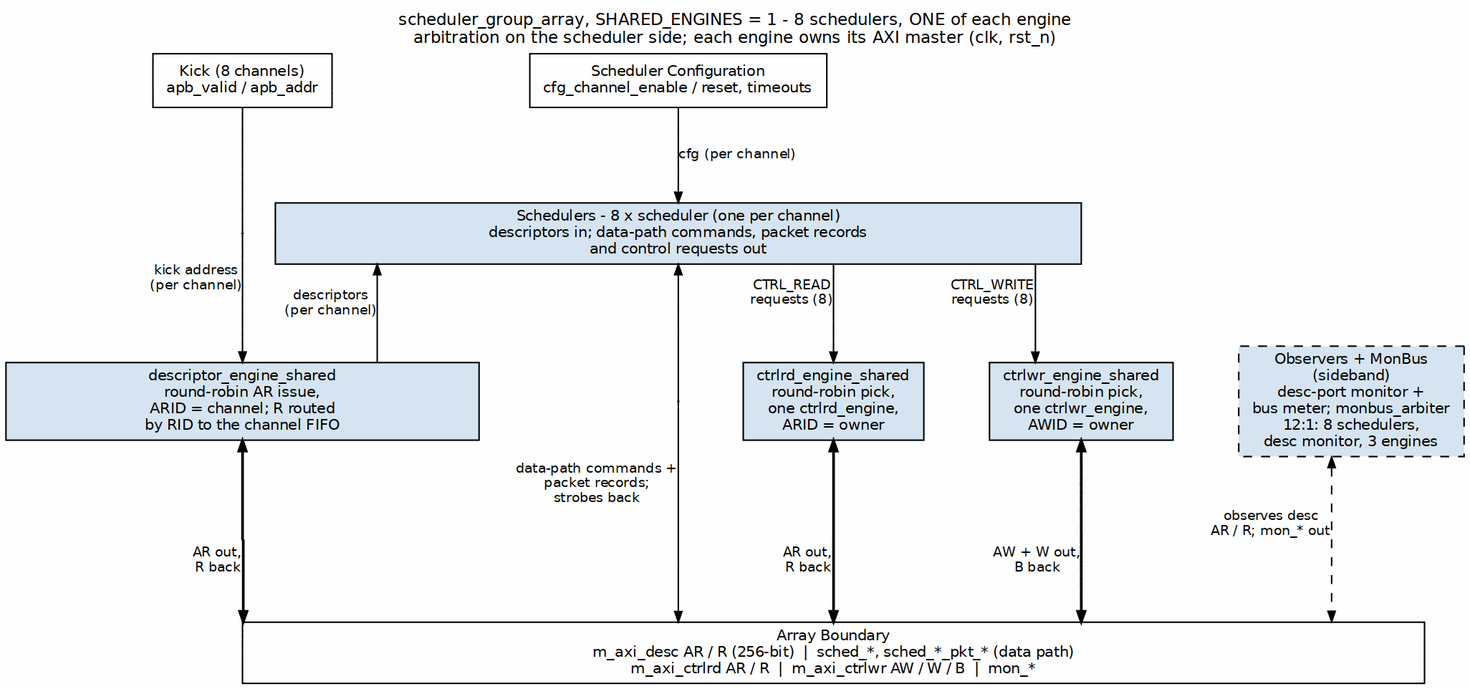
Above: projects/components/dma-ip/rapids/docs/rapids_mas/assets/graphviz/08_scheduler_group_array.png in sean-galloway/RTLDesignSherpa (Graphviz), before the change. Its source is kept beside it as projects/components/dma-ip/rapids/docs/rapids_mas/assets/graphviz/08_scheduler_group_array.dot.
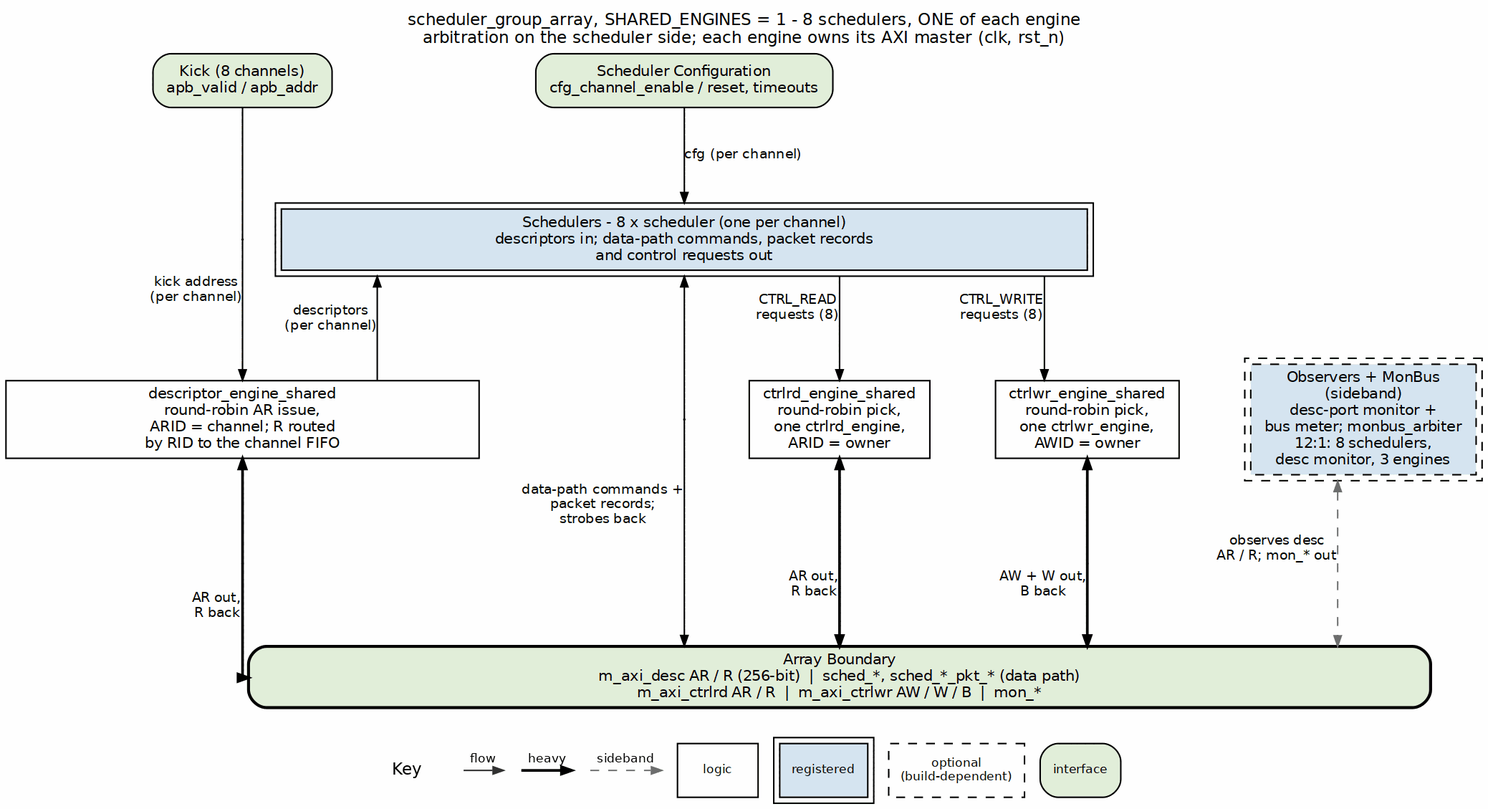
After the change.

What changed in the source:
```diff
@@ -4,21 +4,21 @@
            label="scheduler_group_array, SHARED_ENGINES = 1 - 8 schedulers, ONE of each engine\narbitration on the scheduler side; each engine owns its AXI master (clk, rst_n)",
            labelloc=t, labeljust=c];
     node  [fontname="Helvetica", fontsize=10, shape=box, style=filled,
-           fillcolor="#D6E4F0", color="black", margin="0.12,0.06"];
+           fillcolor="white", color="black", margin="0.12,0.06"];
     edge  [fontname="Helvetica", fontsize=9, color="black", arrowsize=0.7];
 
-    kick  [label="Kick (8 channels)\napb_valid / apb_addr", fillcolor="white", group=L];
-    cfgin [label="Scheduler Configuration\ncfg_channel_enable / reset, timeouts", fillcolor="white", group=C];
+    kick  [label="Kick (8 channels)\napb_valid / apb_addr", fillcolor="white", group=L, style="rounded,filled", fillcolor="#E2EFDA"];
+    cfgin [label="Scheduler Configuration\ncfg_channel_enable / reset, timeouts", fillcolor="white", group=C, style="rounded,filled", fillcolor="#E2EFDA"];
 
-    sch   [label="Schedulers - 8 x scheduler (one per channel)\ndescriptors in; data-path commands, packet records\nand control requests out", width=7.5, group=C];
+    sch   [label="Schedulers - 8 x scheduler (one per channel)\ndescriptors in; data-path commands, packet records\nand control requests out", width=7.5, group=C, peripheries=2, style="filled", fillcolor="#D6E4F0"];
 
-    deng  [label="descriptor_engine_shared\nround-robin AR issue,\nARID = channel; R routed\nby RID to the channel FIFO", width=4.4, group=L];
-    crd   [label="ctrlrd_engine_shared\nround-robin pick,\none ctrlrd_engine,\nARID = owner", group=G1];
-    cwr   [label="ctrlwr_engine_shared\nround-robin pick,\none ctrlwr_engine,\nAWID = owner", group=R];
-    mon   [label="Observers + MonBus\n(sideband)\ndesc-port monitor +\nbus meter; monbus_arbiter\n12:1: 8 schedulers,\ndesc monitor, 3 engines", style="filled,dashed", group=M];
+    deng  [label="descriptor_engine_shared\nround-robin AR issue,\nARID = channel; R routed\nby RID to the channel FIFO", width=4.4, group=L, style="filled", fillcolor="white"];
+    crd   [label="ctrlrd_engine_shared\nround-robin pick,\none ctrlrd_engine,\nARID = owner", group=G1, style="filled", fillcolor="white"];
+    cwr   [label="ctrlwr_engine_shared\nround-robin pick,\none ctrlwr_engine,\nAWID = owner", group=R, style="filled", fillcolor="white"];
+    mon   [label="Observers + MonBus\n(sideband)\ndesc-port monitor +\nbus meter; monbus_arbiter\n12:1: 8 schedulers,\ndesc monitor, 3 engines", style="filled,dashed", group=M, peripheries=2, style="filled,dashed", fillcolor="#D6E4F0"];
 
     bar [label="Array Boundary\nm_axi_desc AR / R (256-bit)  |  sched_*, sched_*_pkt_* (data path)\nm_axi_ctrlrd AR / R  |  m_axi_ctrlwr AW / W / B  |  mon_*",
-         fillcolor="white", width=11.0];
+         fillcolor="white", width=11.0, style="rounded,filled,bold", fillcolor="#E2EFDA"];
 
     p_k [shape=point, width=0.01, group=L];
     kick -> p_k [arrowhead=none];
@@ -43,7 +43,7 @@
     sch   -> p_cmd [dir=back, headclip=false];
     p_cmd -> bar   [xlabel="data-path commands +\npacket records;\nstrobes back", tailclip=false];
 
-    mon -> bar [dir=both, style=dashed, xlabel="observes desc\nAR / R; mon_* out"];
+    mon -> bar [dir=both, style=dashed, color="#777777", xlabel="observes desc\nAR / R; mon_* out"];
 
     { rank=same; kick; cfgin; }
     kick -> cfgin [style=invis];
```
